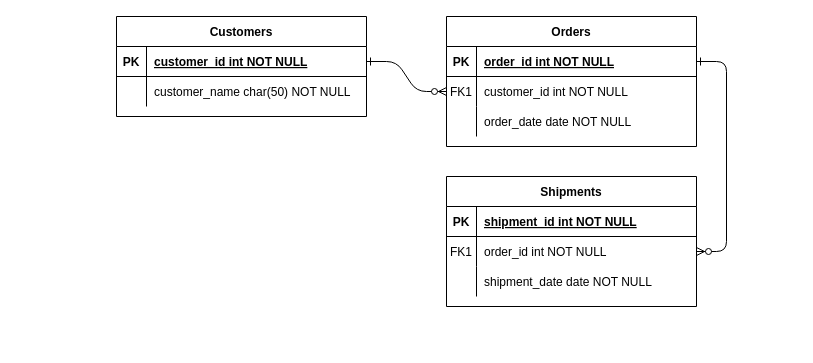
The draw.io diagram Untitled Diagram.drawio in RAND1925/drawio_draft, before the edit. Source tidied: cells renumbered, new cells numbered last; positions are measured from the earlier drawing's top-left corner, leaving out a move shared by most shapes. Both pictures are drawn from the tidied source at 100%, with x=0, y=0 at pixel (116, 16).
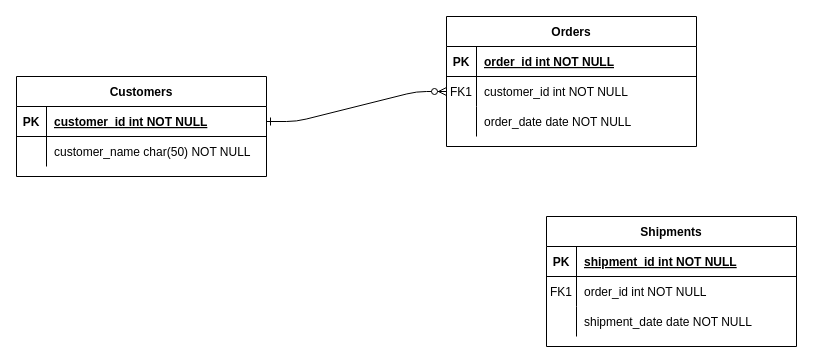
After the change.

Unchanged cells that the change refers to:
```xml
<mxCell id="5" style="shape=partialRectangle;fillColor=none;points=[[0,0.5],[1,0.5]];portConstraint=eastwest;top=0;left=0;right=0;bottom=1;" parent="4" vertex="1">
  <mxGeometry y="30" width="250" height="30" as="geometry" />
</mxCell>
<mxCell id="18" style="shape=partialRectangle;fillColor=none;points=[[0,0.5],[1,0.5]];portConstraint=eastwest;top=0;left=0;right=0;bottom=0;" parent="14" vertex="1">
  <mxGeometry y="60" width="250" height="30" as="geometry" />
</mxCell>
```

Change to the diagram source:
```diff
@@
-    <mxCell id="3" style="edgeStyle=entityRelationEdgeStyle;endArrow=ERzeroToMany;startArrow=ERone;endFill=1;startFill=0;" parent="1" edge="1" source="5" target="18">
-      <mxGeometry relative="1" as="geometry" />
-    </mxCell>
@@
     <mxCell id="14" value="Shipments" style="shape=table;startSize=30;childLayout=tableLayout;rowLines=0;fontStyle=1;align=center;" parent="1" vertex="1">
-      <mxGeometry x="330" y="160" width="250" height="130" as="geometry" />
+      <mxGeometry x="430" y="200" width="250" height="130" as="geometry" />
     </mxCell>
@@
     <mxCell id="24" value="Customers" style="shape=table;startSize=30;childLayout=tableLayout;rowLines=0;fontStyle=1;align=center;" parent="1" vertex="1">
-      <mxGeometry width="250" height="100" as="geometry" />
+      <mxGeometry x="-100" y="60" width="250" height="100" as="geometry" />
     </mxCell>
```
